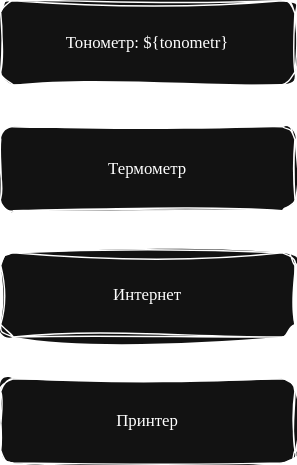
Above: test_2.drawio.svg in KhatsaevK/drawio (draw.io), before the change. Source tidied: cells renumbered, new cells last; positions are measured from the earlier drawing's top-left corner, leaving out a move shared by most shapes.
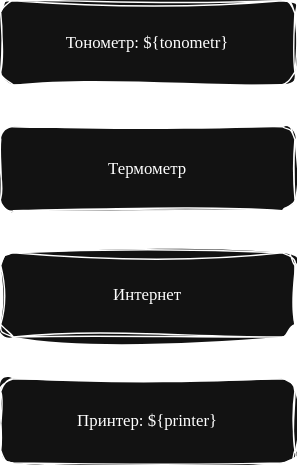
The same file after the commit.

Change to the diagram source:
```diff
@@ -11,7 +11,7 @@
     <mxCell id="4" value="Интернет" style="rounded=1;whiteSpace=wrap;html=1;sketch=1;hachureGap=4;jiggle=2;curveFitting=1;fontFamily=Times New Roman;" parent="1" vertex="1">
       <mxGeometry y="180" width="210" height="60" as="geometry" />
     </mxCell>
-    <mxCell id="5" value="Принтер" style="rounded=1;whiteSpace=wrap;html=1;sketch=1;hachureGap=4;jiggle=2;curveFitting=1;fontFamily=Times New Roman;" parent="1" vertex="1">
+    <mxCell id="5" value="Принтер: ${printer}" style="rounded=1;whiteSpace=wrap;html=1;sketch=1;hachureGap=4;jiggle=2;curveFitting=1;fontFamily=Times New Roman;" parent="1" vertex="1">
       <mxGeometry y="270" width="210" height="60" as="geometry" />
     </mxCell>
   </root>
```
